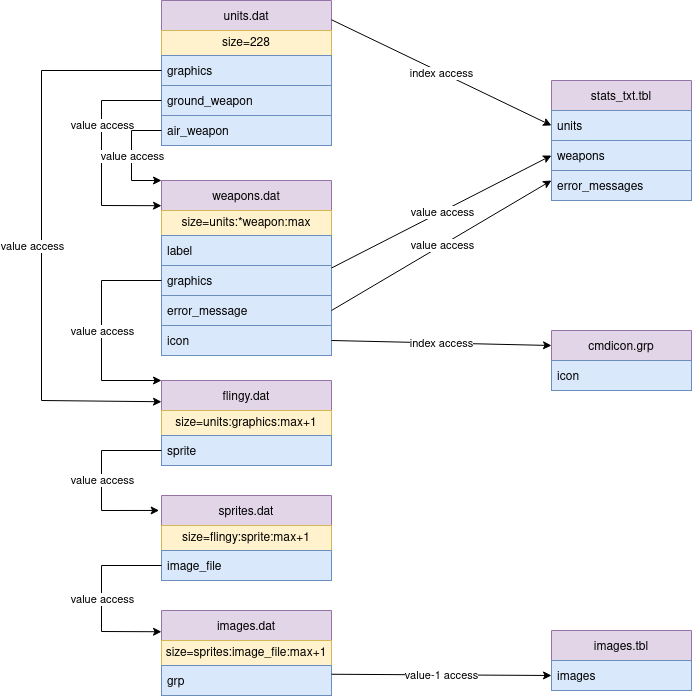
Earlier version of the draw.io export doc/sc_dat_architecture.drawio.png (Wargus/stargus). Source tidied: cells renumbered, new cells last; positions are measured from the earlier drawing's top-left corner, leaving out a move shared by most shapes.
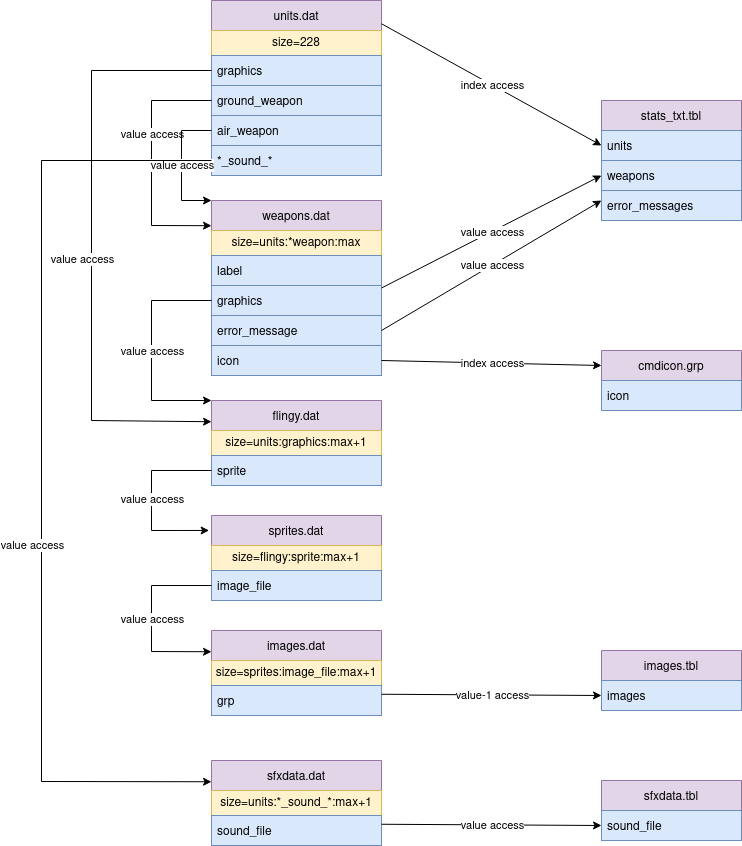
The same file after the commit.

The edit, as a diff of the source:
```diff
@@ -3,7 +3,7 @@
     <mxCell id="0" />
     <mxCell id="1" parent="0" />
     <mxCell id="2" value="units.dat" style="swimlane;fontStyle=0;horizontal=1;startSize=30;fillColor=#e1d5e7;strokeColor=#9673a6;" parent="1" vertex="1">
-      <mxGeometry x="120" width="170" height="145" as="geometry" />
+      <mxGeometry x="120" y="-20" width="170" height="175" as="geometry" />
     </mxCell>
     <mxCell id="3" value="size=228" style="rounded=0;whiteSpace=wrap;html=1;fillColor=#fff2cc;strokeColor=#d6b656;" parent="2" vertex="1">
       <mxGeometry y="30" width="170" height="25" as="geometry" />
@@ -17,6 +17,9 @@
     <mxCell id="6" value="air_weapon" style="text;strokeColor=#6c8ebf;fillColor=#dae8fc;align=left;verticalAlign=middle;spacingLeft=4;spacingRight=4;overflow=hidden;points=[[0,0.5],[1,0.5]];portConstraint=eastwest;" parent="2" vertex="1">
       <mxGeometry y="115" width="170" height="30" as="geometry" />
     </mxCell>
+    <mxCell id="52" value="*_sound_*" style="text;strokeColor=#6c8ebf;fillColor=#dae8fc;align=left;verticalAlign=middle;spacingLeft=4;spacingRight=4;overflow=hidden;points=[[0,0.5],[1,0.5]];portConstraint=eastwest;" parent="2" vertex="1">
+      <mxGeometry y="145" width="170" height="30" as="geometry" />
+    </mxCell>
     <mxCell id="7" value="weapons.dat" style="swimlane;fontStyle=0;horizontal=1;startSize=30;fillColor=#e1d5e7;strokeColor=#9673a6;" parent="1" vertex="1">
       <mxGeometry x="120" y="180" width="170" height="175" as="geometry" />
     </mxCell>
@@ -97,7 +100,7 @@
     <mxCell id="32" style="endArrow=classic;html=1;rounded=0;exitX=0;exitY=0.5;exitDx=0;exitDy=0;entryX=0;entryY=0.25;entryDx=0;entryDy=0;" parent="1" edge="1" source="4" target="13">
       <mxGeometry relative="1" as="geometry">
         <Array as="points">
-          <mxPoint y="70" />
+          <mxPoint y="50" />
           <mxPoint y="400" />
         </Array>
       </mxGeometry>
@@ -138,7 +141,7 @@
     <mxCell id="40" style="endArrow=classic;html=1;rounded=0;exitX=0;exitY=0.5;exitDx=0;exitDy=0;entryX=0;entryY=0.144;entryDx=0;entryDy=0;entryPerimeter=0;" parent="1" edge="1" source="5" target="7">
       <mxGeometry relative="1" as="geometry">
         <Array as="points">
-          <mxPoint x="60" y="100" />
+          <mxPoint x="60" y="80" />
           <mxPoint x="60" y="205" />
         </Array>
       </mxGeometry>
@@ -151,7 +154,7 @@
     <mxCell id="42" style="endArrow=classic;html=1;rounded=0;exitX=0;exitY=0.5;exitDx=0;exitDy=0;entryX=0;entryY=0;entryDx=0;entryDy=0;" parent="1" edge="1" source="6" target="7">
       <mxGeometry relative="1" as="geometry">
         <Array as="points">
-          <mxPoint x="90" y="130" />
+          <mxPoint x="90" y="110" />
           <mxPoint x="90" y="180" />
         </Array>
       </mxGeometry>
@@ -191,5 +194,39 @@
     <mxCell id="51" value="index access" style="edgeLabel;html=1;align=center;verticalAlign=middle;" parent="50" vertex="1">
       <mxGeometry relative="1" as="geometry" />
     </mxCell>
+    <mxCell id="53" value="sfxdata.dat" style="swimlane;fontStyle=0;horizontal=1;startSize=30;fillColor=#e1d5e7;strokeColor=#9673a6;" parent="1" vertex="1">
+      <mxGeometry x="120" y="740" width="170" height="85" as="geometry" />
+    </mxCell>
+    <mxCell id="54" value="size=units:*_sound_*:max+1" style="rounded=0;whiteSpace=wrap;html=1;fillColor=#fff2cc;strokeColor=#d6b656;" parent="53" vertex="1">
+      <mxGeometry y="30" width="170" height="25" as="geometry" />
+    </mxCell>
+    <mxCell id="55" value="sound_file" style="text;strokeColor=#6c8ebf;fillColor=#dae8fc;align=left;verticalAlign=middle;spacingLeft=4;spacingRight=4;overflow=hidden;" parent="53" vertex="1">
+      <mxGeometry y="55" width="170" height="30" as="geometry" />
+    </mxCell>
+    <mxCell id="56" value="sfxdata.tbl" style="swimlane;fontStyle=0;horizontal=1;startSize=30;fillColor=#e1d5e7;strokeColor=#9673a6;" parent="1" vertex="1">
+      <mxGeometry x="510" y="760" width="140" height="60" as="geometry" />
+    </mxCell>
+    <mxCell id="57" value="sound_file" style="text;strokeColor=#6c8ebf;fillColor=#dae8fc;align=left;verticalAlign=middle;spacingLeft=4;spacingRight=4;overflow=hidden;points=[[0,0.5],[1,0.5]];portConstraint=eastwest;" parent="56" vertex="1">
+      <mxGeometry y="30" width="140" height="30" as="geometry" />
+    </mxCell>
+    <mxCell id="58" style="endArrow=classic;html=1;rounded=0;exitX=1;exitY=0.75;exitDx=0;exitDy=0;entryX=0;entryY=0.5;entryDx=0;entryDy=0;" parent="1" edge="1" source="53" target="57">
+      <mxGeometry relative="1" as="geometry" />
+    </mxCell>
+    <mxCell id="59" value="value access" style="edgeLabel;html=1;align=center;verticalAlign=middle;" parent="58" vertex="1">
+      <mxGeometry relative="1" as="geometry" />
+    </mxCell>
+    <mxCell id="60" style="endArrow=classic;html=1;rounded=0;entryX=0;entryY=0.25;entryDx=0;entryDy=0;exitX=0;exitY=0.5;exitDx=0;exitDy=0;" parent="1" edge="1" source="52" target="53">
+      <mxGeometry relative="1" as="geometry">
+        <Array as="points">
+          <mxPoint x="-50" y="140" />
+          <mxPoint x="-50" y="761" />
+        </Array>
+      </mxGeometry>
+    </mxCell>
+    <mxCell id="61" value="value access" style="edgeLabel;html=1;align=center;verticalAlign=middle;" parent="60" vertex="1">
+      <mxGeometry x="0.33" y="3" relative="1" as="geometry">
+        <mxPoint x="-13" y="-83" as="offset" />
+      </mxGeometry>
+    </mxCell>
   </root>
 </mxGraphModel>
```
